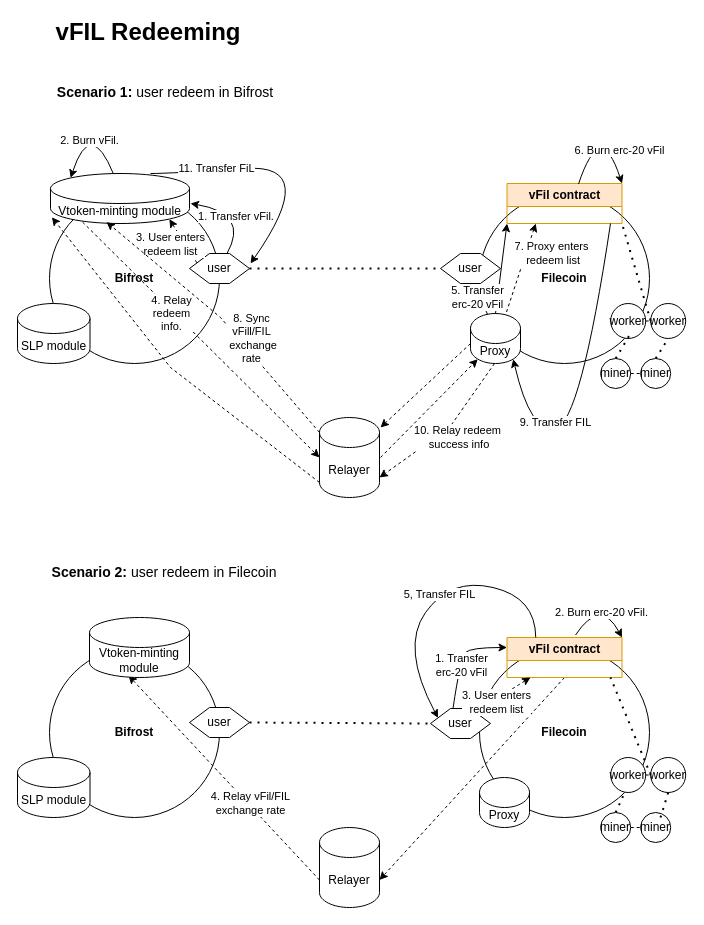
This is vfil-redeeming-fvm.drawio from herryho/flowchars, a draw.io file, before an edit. Source tidied: cells renumbered, new cells numbered last; positions are measured from the earlier drawing's top-left corner, leaving out a move shared by most shapes. Both pictures are drawn from the tidied source at 100%, with x=0, y=0 at pixel (17, 17).
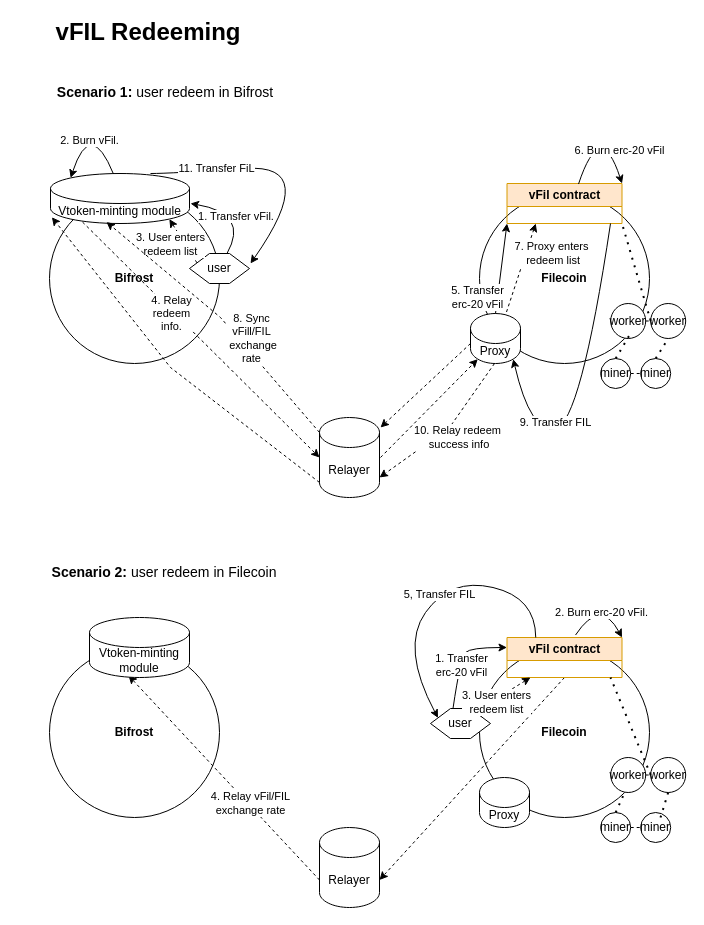
After the change.

The change refers to these unchanged cells:
```xml
<mxCell id="4" value="user" style="shape=hexagon;perimeter=hexagonPerimeter2;whiteSpace=wrap;html=1;fixedSize=1;" parent="1" vertex="1">
  <mxGeometry x="172" y="236" width="60" height="30" as="geometry" />
</mxCell>
<mxCell id="27" value="user" style="shape=hexagon;perimeter=hexagonPerimeter2;whiteSpace=wrap;html=1;fixedSize=1;" parent="1" vertex="1">
  <mxGeometry x="413" y="691" width="60" height="30" as="geometry" />
</mxCell>
```

Diff of the diagram source:
```diff
@@
-    <mxCell id="5" value="user" style="shape=hexagon;perimeter=hexagonPerimeter2;whiteSpace=wrap;html=1;fixedSize=1;" parent="1" vertex="1">
-      <mxGeometry x="423" y="236" width="60" height="30" as="geometry" />
-    </mxCell>
-    <mxCell id="6" style="endArrow=none;dashed=1;html=1;dashPattern=1 3;strokeWidth=2;rounded=0;exitX=1;exitY=0.5;exitDx=0;exitDy=0;entryX=0;entryY=0.5;entryDx=0;entryDy=0;" parent="1" edge="1" source="4" target="5">
-      <mxGeometry relative="1" as="geometry" />
-    </mxCell>
@@
-    <mxCell id="8" value="SLP module" style="shape=cylinder3;whiteSpace=wrap;html=1;boundedLbl=1;backgroundOutline=1;size=15;" parent="1" vertex="1">
-      <mxGeometry y="286" width="72.5" height="60" as="geometry" />
-    </mxCell>
@@
-    <mxCell id="26" value="user" style="shape=hexagon;perimeter=hexagonPerimeter2;whiteSpace=wrap;html=1;fixedSize=1;" parent="1" vertex="1">
-      <mxGeometry x="172" y="690" width="60" height="30" as="geometry" />
-    </mxCell>
@@
-    <mxCell id="28" style="endArrow=none;dashed=1;html=1;dashPattern=1 3;strokeWidth=2;rounded=0;exitX=1;exitY=0.5;exitDx=0;exitDy=0;entryX=0;entryY=0.5;entryDx=0;entryDy=0;" parent="1" edge="1" source="26" target="27">
-      <mxGeometry relative="1" as="geometry" />
-    </mxCell>
@@
-    <mxCell id="30" value="SLP module" style="shape=cylinder3;whiteSpace=wrap;html=1;boundedLbl=1;backgroundOutline=1;size=15;" parent="1" vertex="1">
-      <mxGeometry y="740" width="72.5" height="60" as="geometry" />
-    </mxCell>
```
